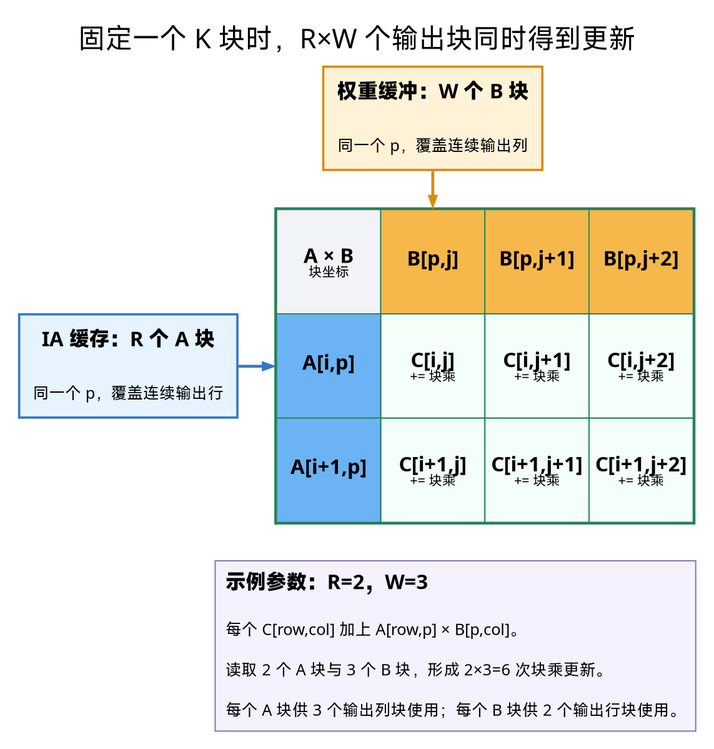
This is NPU/_assets/block_outer_product_grid.png from Little-W/Obsidian, a Graphviz export, as it was before one commit. Its source is kept beside it as NPU/_assets/block_outer_product_grid.dot.
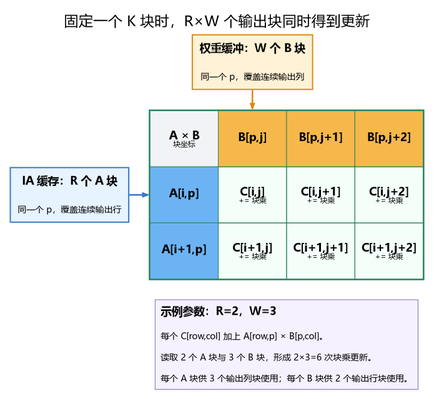
Later version of the same file.

Change to the diagram source:
```diff
@@ -47,22 +47,22 @@
     label=<
       <TABLE BORDER="2" CELLBORDER="1" CELLSPACING="0" CELLPADDING="4" COLOR="#25825B" BGCOLOR="#F4FFF9">
         <TR>
-          <TD WIDTH="92" HEIGHT="92" FIXEDSIZE="TRUE" BGCOLOR="#F1F3F7"><B>A × B</B><BR/><FONT POINT-SIZE="12">块坐标</FONT></TD>
-          <TD PORT="weight_in" WIDTH="92" HEIGHT="92" FIXEDSIZE="TRUE" BGCOLOR="#F6B84A"><B>B[p,j]</B></TD>
-          <TD WIDTH="92" HEIGHT="92" FIXEDSIZE="TRUE" BGCOLOR="#F6B84A"><B>B[p,j+1]</B></TD>
-          <TD WIDTH="92" HEIGHT="92" FIXEDSIZE="TRUE" BGCOLOR="#F6B84A"><B>B[p,j+2]</B></TD>
+          <TD WIDTH="112" HEIGHT="92" FIXEDSIZE="TRUE" BGCOLOR="#F1F3F7"><B>A × B</B><BR/><FONT POINT-SIZE="12">块坐标</FONT></TD>
+          <TD PORT="weight_in" WIDTH="112" HEIGHT="92" FIXEDSIZE="TRUE" BGCOLOR="#F6B84A"><B>B[p,j]</B></TD>
+          <TD WIDTH="112" HEIGHT="92" FIXEDSIZE="TRUE" BGCOLOR="#F6B84A"><B>B[p,j+1]</B></TD>
+          <TD WIDTH="112" HEIGHT="92" FIXEDSIZE="TRUE" BGCOLOR="#F6B84A"><B>B[p,j+2]</B></TD>
         </TR>
         <TR>
-          <TD PORT="ia_in" WIDTH="92" HEIGHT="92" FIXEDSIZE="TRUE" BGCOLOR="#6CB3F4"><B>A[i,p]</B></TD>
-          <TD WIDTH="92" HEIGHT="92" FIXEDSIZE="TRUE"><B>C[i,j]</B><BR/><FONT POINT-SIZE="12">+= 块乘</FONT></TD>
-          <TD WIDTH="92" HEIGHT="92" FIXEDSIZE="TRUE"><B>C[i,j+1]</B><BR/><FONT POINT-SIZE="12">+= 块乘</FONT></TD>
-          <TD WIDTH="92" HEIGHT="92" FIXEDSIZE="TRUE"><B>C[i,j+2]</B><BR/><FONT POINT-SIZE="12">+= 块乘</FONT></TD>
+          <TD PORT="ia_in" WIDTH="112" HEIGHT="92" FIXEDSIZE="TRUE" BGCOLOR="#6CB3F4"><B>A[i,p]</B></TD>
+          <TD WIDTH="112" HEIGHT="92" FIXEDSIZE="TRUE"><B>C[i,j]</B><BR/><FONT POINT-SIZE="12">+= 块乘</FONT></TD>
+          <TD WIDTH="112" HEIGHT="92" FIXEDSIZE="TRUE"><B>C[i,j+1]</B><BR/><FONT POINT-SIZE="12">+= 块乘</FONT></TD>
+          <TD WIDTH="112" HEIGHT="92" FIXEDSIZE="TRUE"><B>C[i,j+2]</B><BR/><FONT POINT-SIZE="12">+= 块乘</FONT></TD>
         </TR>
         <TR>
-          <TD WIDTH="92" HEIGHT="92" FIXEDSIZE="TRUE" BGCOLOR="#6CB3F4"><B>A[i+1,p]</B></TD>
-          <TD WIDTH="92" HEIGHT="92" FIXEDSIZE="TRUE"><B>C[i+1,j]</B><BR/><FONT POINT-SIZE="12">+= 块乘</FONT></TD>
-          <TD WIDTH="92" HEIGHT="92" FIXEDSIZE="TRUE"><B>C[i+1,j+1]</B><BR/><FONT POINT-SIZE="12">+= 块乘</FONT></TD>
-          <TD WIDTH="92" HEIGHT="92" FIXEDSIZE="TRUE"><B>C[i+1,j+2]</B><BR/><FONT POINT-SIZE="12">+= 块乘</FONT></TD>
+          <TD WIDTH="112" HEIGHT="92" FIXEDSIZE="TRUE" BGCOLOR="#6CB3F4"><B>A[i+1,p]</B></TD>
+          <TD WIDTH="112" HEIGHT="92" FIXEDSIZE="TRUE"><B>C[i+1,j]</B><BR/><FONT POINT-SIZE="12">+= 块乘</FONT></TD>
+          <TD WIDTH="112" HEIGHT="92" FIXEDSIZE="TRUE"><B>C[i+1,j+1]</B><BR/><FONT POINT-SIZE="12">+= 块乘</FONT></TD>
+          <TD WIDTH="112" HEIGHT="92" FIXEDSIZE="TRUE"><B>C[i+1,j+2]</B><BR/><FONT POINT-SIZE="12">+= 块乘</FONT></TD>
         </TR>
       </TABLE>
     >
```
